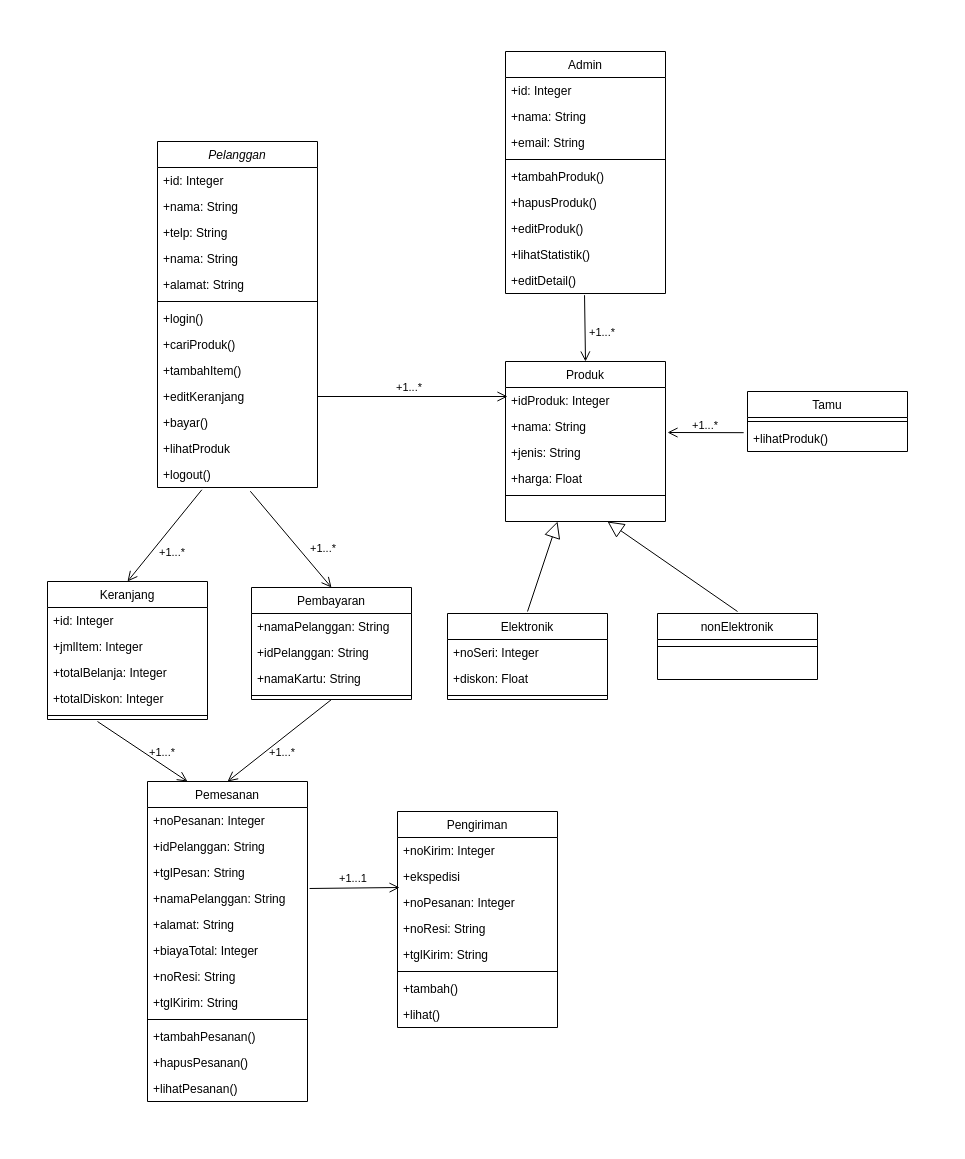
Above: 3. Class dan Object/diagram/Online Shop.drawio in agnst11/pbop (draw.io), before the change. Source tidied: cells renumbered, new cells numbered last; positions are measured from the earlier drawing's top-left corner, leaving out a move shared by most shapes. Both pictures are drawn from the tidied source at 100%, with x=0, y=0 at pixel (47, 51).
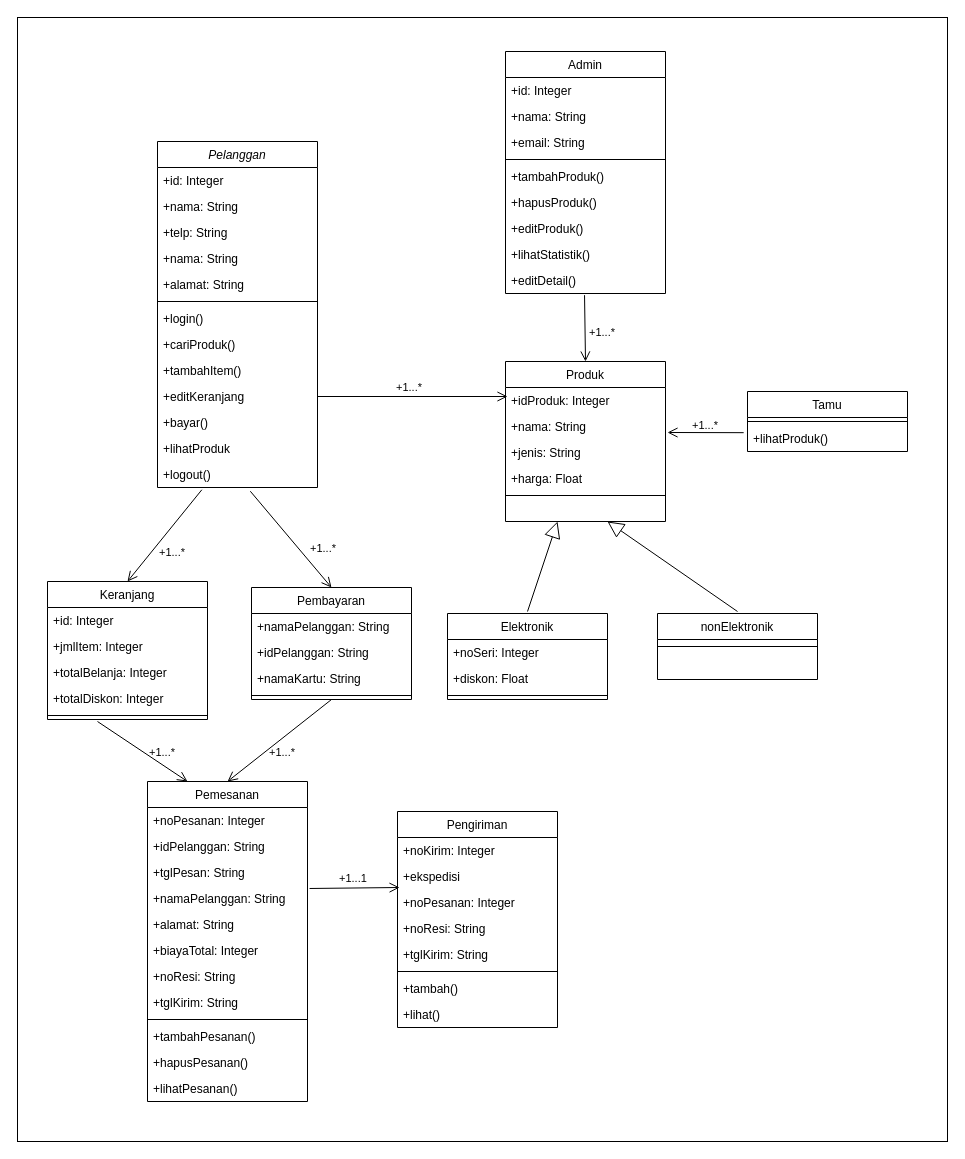
The same page after the edit.

Commit message (it also covers changes not shown here):
gambar class diagram

The edit, as a diff of the source:
```diff
@@
+    <mxCell id="84" style="rounded=0;whiteSpace=wrap;html=1;" parent="1" vertex="1">
+      <mxGeometry x="-30" y="-34" width="930" height="1124" as="geometry" />
+    </mxCell>
```
